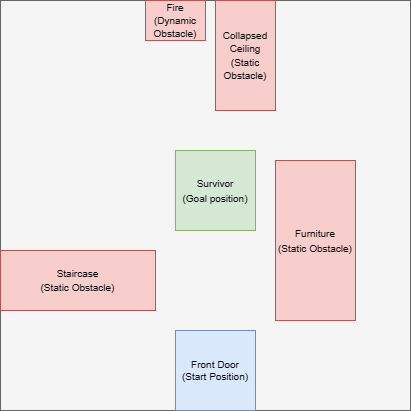
ethanmclark1/conav_suite keeps this draw.io diagram as scenarios/disaster_response_2.png. Above is the earlier version. Source tidied: cells renumbered, new cells last; positions are measured from the earlier drawing's top-left corner, leaving out a move shared by most shapes. The source it was exported from:
```xml
<mxGraphModel>
  <root>
    <mxCell id="0" />
    <mxCell id="1" parent="0" />
    <mxCell id="2" style="whiteSpace=wrap;html=1;fillColor=#f5f5f5;fontColor=#333333;strokeColor=#666666;" parent="1" vertex="1">
      <mxGeometry width="410" height="410" as="geometry" />
    </mxCell>
    <mxCell id="3" value="Front Door&lt;br style=&quot;font-size: 10px;&quot;&gt;(Start Position)" style="whiteSpace=wrap;html=1;fillColor=#dae8fc;strokeColor=#6c8ebf;fontSize=10;" parent="1" vertex="1">
      <mxGeometry x="175" y="330" width="80" height="80" as="geometry" />
    </mxCell>
    <mxCell id="4" value="&lt;font style=&quot;font-size: 10px;&quot;&gt;Staircase&lt;br style=&quot;&quot;&gt;(Static Obstacle)&lt;/font&gt;" style="rounded=0;whiteSpace=wrap;html=1;fillColor=#f8cecc;strokeColor=#b85450;fontSize=11;" parent="1" vertex="1">
      <mxGeometry y="250" width="155" height="60" as="geometry" />
    </mxCell>
    <mxCell id="5" value="&lt;font style=&quot;font-size: 10px;&quot;&gt;Furniture&lt;br&gt;(Static Obstacle)&lt;/font&gt;" style="rounded=0;whiteSpace=wrap;html=1;fillColor=#f8cecc;strokeColor=#b85450;" parent="1" vertex="1">
      <mxGeometry x="275" y="160" width="80" height="160" as="geometry" />
    </mxCell>
    <mxCell id="6" value="&lt;font style=&quot;font-size: 10px;&quot;&gt;Collapsed Ceiling&lt;br style=&quot;&quot;&gt;(Static Obstacle)&lt;/font&gt;" style="rounded=0;whiteSpace=wrap;html=1;fillColor=#f8cecc;strokeColor=#b85450;fontSize=11;" parent="1" vertex="1">
      <mxGeometry x="215" width="60" height="110" as="geometry" />
    </mxCell>
    <mxCell id="7" value="&lt;font style=&quot;font-size: 10px;&quot;&gt;Survivor&lt;br&gt;(Goal position)&lt;/font&gt;" style="whiteSpace=wrap;html=1;fillColor=#d5e8d4;strokeColor=#82b366;" parent="1" vertex="1">
      <mxGeometry x="175" y="150" width="80" height="80" as="geometry" />
    </mxCell>
    <mxCell id="8" value="&lt;font style=&quot;font-size: 10px;&quot;&gt;Fire&lt;br&gt;(Dynamic Obstacle)&lt;/font&gt;" style="rounded=0;whiteSpace=wrap;html=1;fillColor=#f8cecc;strokeColor=#b85450;fontSize=11;" parent="1" vertex="1">
      <mxGeometry x="145" width="60" height="40" as="geometry" />
    </mxCell>
  </root>
</mxGraphModel>
```
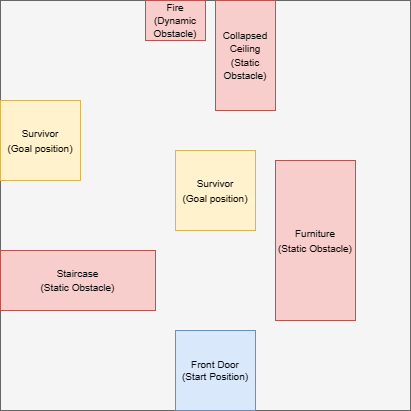
The same file after the commit.

Commit message:
Updated disaster_response problems, added value error for more than 2 agents

The edit, as a diff of the source:
```diff
@@ -17,11 +17,14 @@
     <mxCell id="6" value="&lt;font style=&quot;font-size: 10px;&quot;&gt;Collapsed Ceiling&lt;br style=&quot;&quot;&gt;(Static Obstacle)&lt;/font&gt;" style="rounded=0;whiteSpace=wrap;html=1;fillColor=#f8cecc;strokeColor=#b85450;fontSize=11;" parent="1" vertex="1">
       <mxGeometry x="215" width="60" height="110" as="geometry" />
     </mxCell>
-    <mxCell id="7" value="&lt;font style=&quot;font-size: 10px;&quot;&gt;Survivor&lt;br&gt;(Goal position)&lt;/font&gt;" style="whiteSpace=wrap;html=1;fillColor=#d5e8d4;strokeColor=#82b366;" parent="1" vertex="1">
+    <mxCell id="7" value="&lt;font style=&quot;font-size: 10px;&quot;&gt;Survivor&lt;br&gt;(Goal position)&lt;/font&gt;" style="whiteSpace=wrap;html=1;fillColor=#fff2cc;strokeColor=#d6b656;" parent="1" vertex="1">
       <mxGeometry x="175" y="150" width="80" height="80" as="geometry" />
     </mxCell>
     <mxCell id="8" value="&lt;font style=&quot;font-size: 10px;&quot;&gt;Fire&lt;br&gt;(Dynamic Obstacle)&lt;/font&gt;" style="rounded=0;whiteSpace=wrap;html=1;fillColor=#f8cecc;strokeColor=#b85450;fontSize=11;" parent="1" vertex="1">
       <mxGeometry x="145" width="60" height="40" as="geometry" />
     </mxCell>
+    <mxCell id="9" value="&lt;font style=&quot;font-size: 10px;&quot;&gt;Survivor&lt;br&gt;(Goal position)&lt;/font&gt;" style="whiteSpace=wrap;html=1;fillColor=#fff2cc;strokeColor=#d6b656;" parent="1" vertex="1">
+      <mxGeometry y="100" width="80" height="80" as="geometry" />
+    </mxCell>
   </root>
 </mxGraphModel>
```
